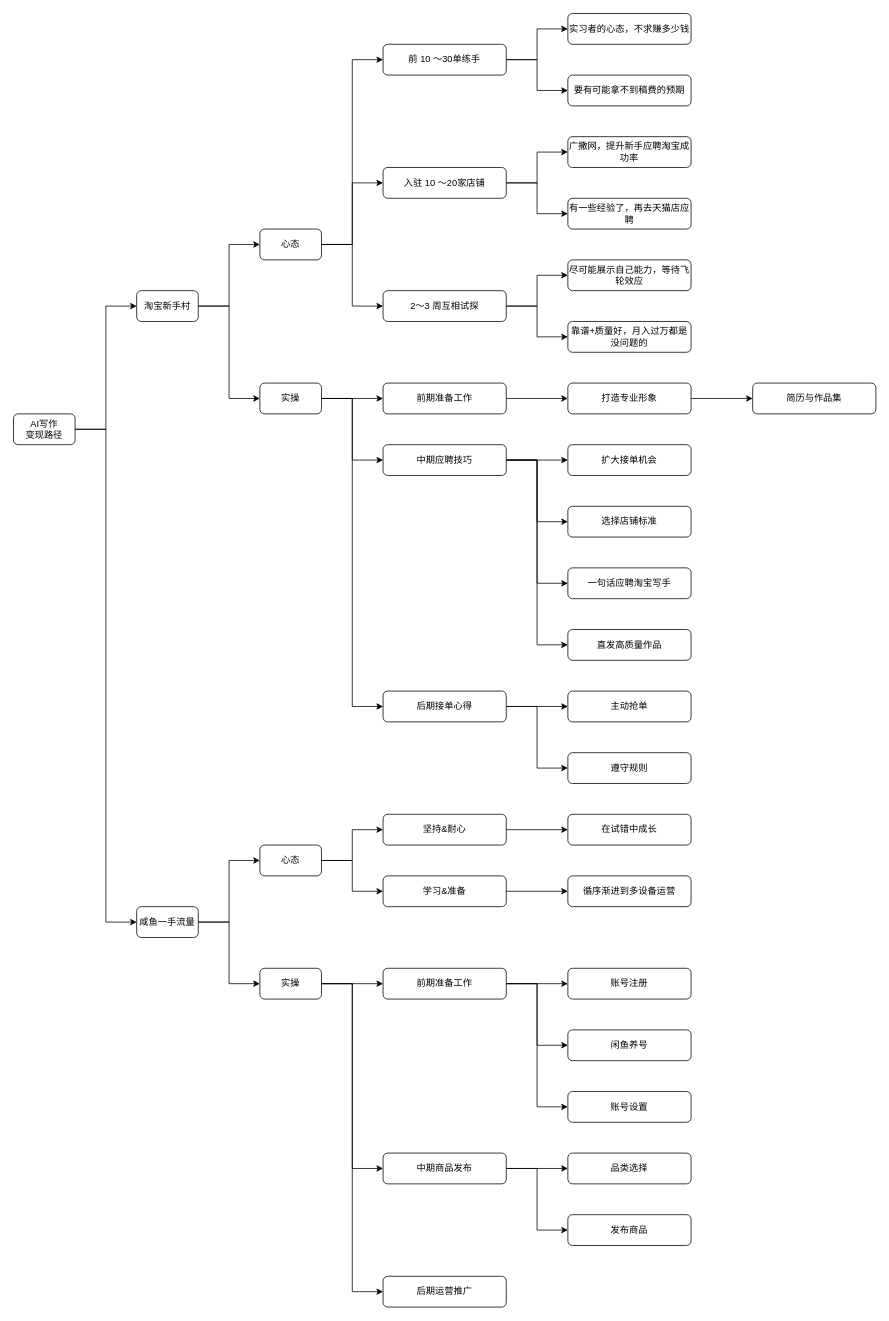
This is page "第 2 页" (2 of 2) of AI prompt.drawio from youyusan/AI_prompt, a draw.io file, before an edit. Source tidied: cells renumbered, new cells numbered last; positions are measured from the earlier drawing's top-left corner, leaving out a move shared by most shapes. Both pictures are drawn from the tidied source at 77%, with x=0, y=0 at pixel (13, 13).
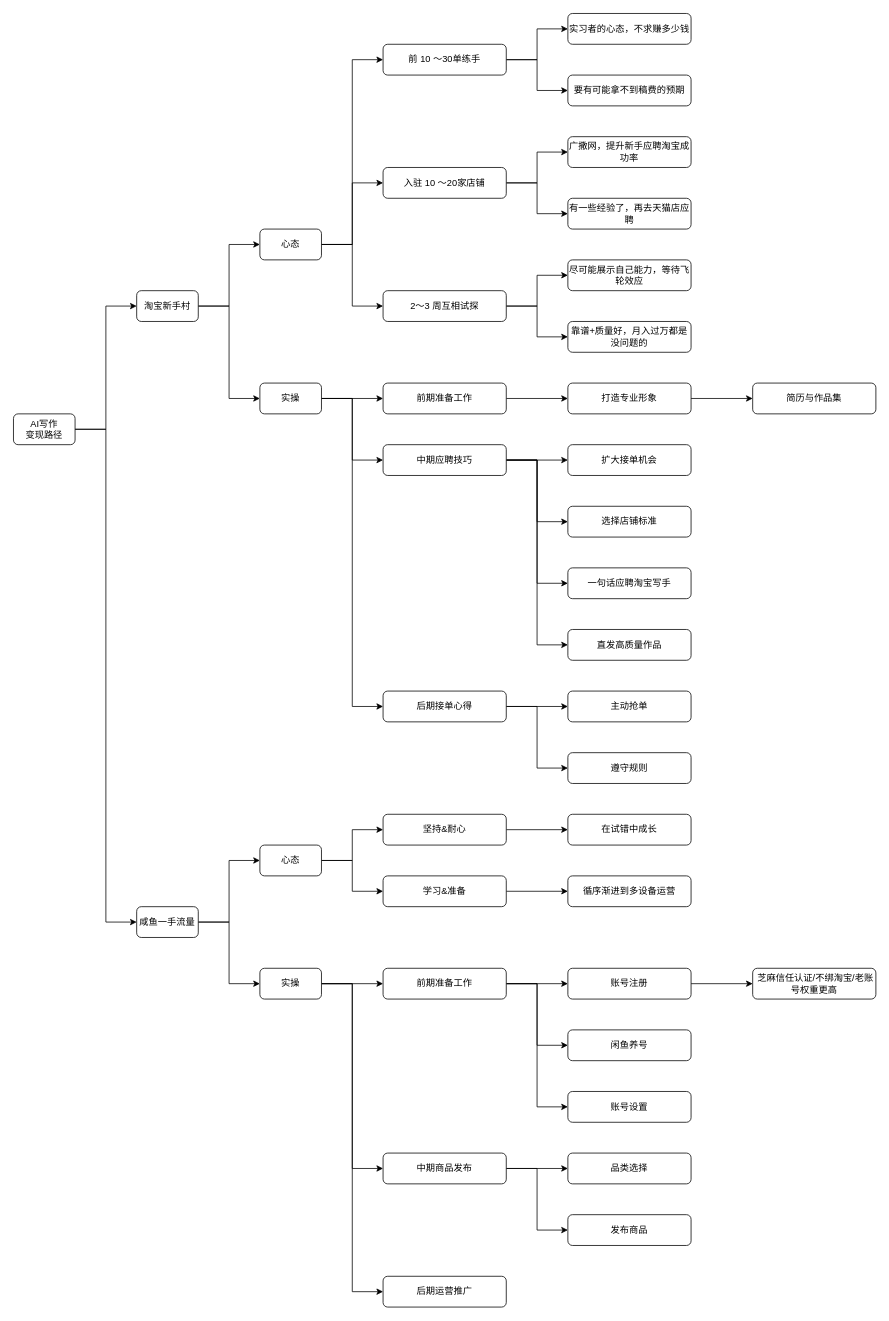
The same page after the edit.

The change refers to these unchanged cells:
```xml
<mxCell id="73" value="账号注册" style="rounded=1;whiteSpace=wrap;html=1;" parent="1" vertex="1">
  <mxGeometry x="720" y="1240" width="160" height="40" as="geometry" />
</mxCell>
```

Change to the diagram source:
```diff
@@
+    <mxCell id="79" style="edgeStyle=orthogonalEdgeStyle;shape=connector;rounded=0;hachureGap=4;jettySize=auto;html=1;entryX=0;entryY=0.5;entryDx=0;entryDy=0;strokeColor=default;align=center;verticalAlign=middle;fontFamily=Architects Daughter;fontSize=11;fontColor=default;labelBackgroundColor=default;endArrow=classic;" parent="1" edge="1" source="73" target="80">
+      <mxGeometry relative="1" as="geometry" />
+    </mxCell>
@@
+    <mxCell id="80" value="&amp;nbsp;芝麻信任认证/不绑淘宝/老账号权重更高" style="rounded=1;whiteSpace=wrap;html=1;" parent="1" vertex="1">
+      <mxGeometry x="960" y="1240" width="160" height="40" as="geometry" />
+    </mxCell>
```
